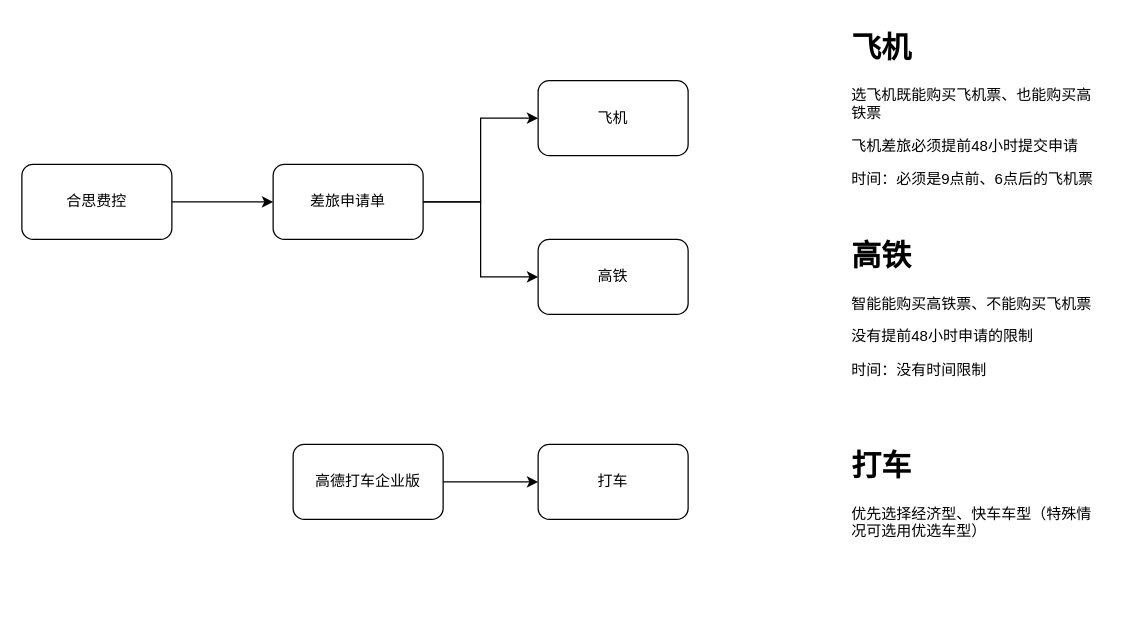
The draw.io diagram page "出差相关" (4 of 4) of 图-drawio/枫清科技/业务知识.drawio in minedegithubhao/canbe-blog, before the edit. Source tidied: cells renumbered, new cells numbered last; positions are measured from the earlier drawing's top-left corner, leaving out a move shared by most shapes. Both pictures are drawn from the tidied source at 125%, with x=0, y=0 at pixel (21, 21).
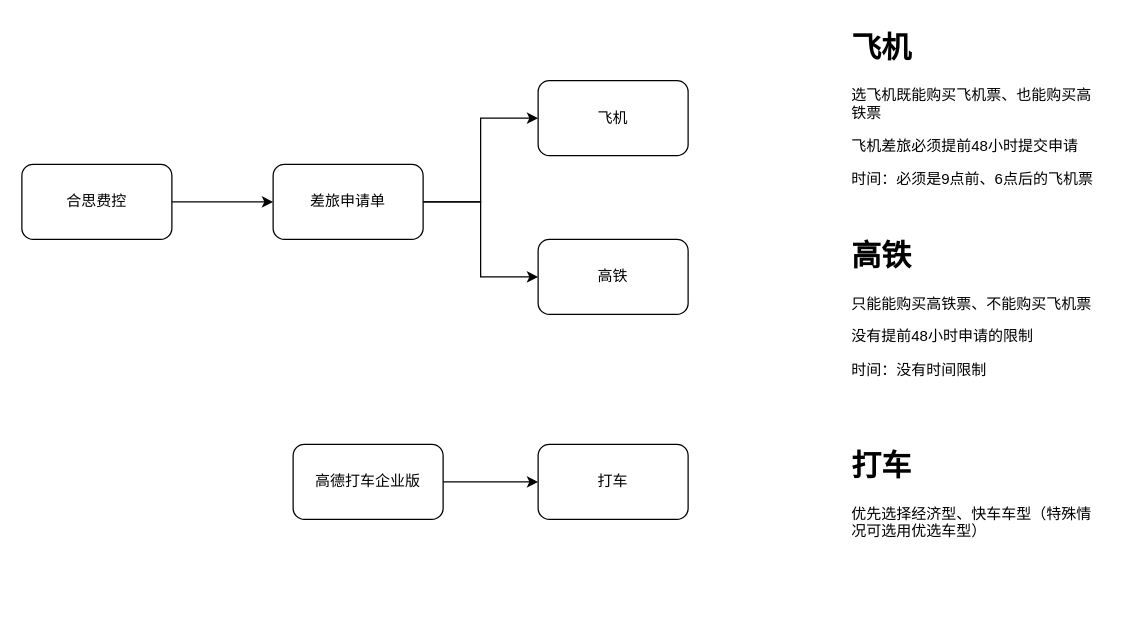
Above is the later version.

Diff of the diagram source:
```diff
@@
 <mxGraphModel>
   <root>
     <mxCell id="0" />
     <mxCell id="1" parent="0" />
     <mxCell id="2" style="edgeStyle=orthogonalEdgeStyle;rounded=0;jettySize=auto;html=1;exitX=1;exitY=0.5;exitDx=0;exitDy=0;entryX=0;entryY=0.5;entryDx=0;entryDy=0;" parent="1" edge="1" source="4" target="5">
       <mxGeometry relative="1" as="geometry" />
     </mxCell>
     <mxCell id="3" style="edgeStyle=orthogonalEdgeStyle;rounded=0;jettySize=auto;html=1;exitX=1;exitY=0.5;exitDx=0;exitDy=0;entryX=0;entryY=0.5;entryDx=0;entryDy=0;" parent="1" edge="1" source="4" target="6">
       <mxGeometry relative="1" as="geometry" />
     </mxCell>
     <mxCell id="4" value="差旅申请单" style="rounded=1;whiteSpace=wrap;html=1;" parent="1" vertex="1">
       <mxGeometry x="201" y="114" width="120" height="60" as="geometry" />
     </mxCell>
     <mxCell id="5" value="飞机" style="rounded=1;whiteSpace=wrap;html=1;" parent="1" vertex="1">
       <mxGeometry x="413" y="47" width="120" height="60" as="geometry" />
     </mxCell>
     <mxCell id="6" value="高铁" style="rounded=1;whiteSpace=wrap;html=1;" parent="1" vertex="1">
       <mxGeometry x="413" y="174" width="120" height="60" as="geometry" />
     </mxCell>
     <mxCell id="7" value="&lt;h1 style=&quot;margin-top: 0px;&quot;&gt;飞机&lt;/h1&gt;&lt;p&gt;选飞机既能购买飞机票、也能购买高铁票&lt;/p&gt;&lt;p&gt;飞机差旅必须提前48小时提交申请&lt;/p&gt;&lt;p&gt;时间：必须是9点前、6点后的飞机票&lt;/p&gt;" style="text;html=1;whiteSpace=wrap;overflow=hidden;rounded=0;" parent="1" vertex="1">
       <mxGeometry x="662" width="199" height="143" as="geometry" />
     </mxCell>
-    <mxCell id="8" value="&lt;h1 style=&quot;margin-top: 0px;&quot;&gt;高铁&lt;/h1&gt;&lt;p&gt;智能能购买高铁票、不能购买飞机票&lt;/p&gt;&lt;p&gt;没有提前48小时申请的限制&lt;/p&gt;&lt;p&gt;时间：没有时间限制&lt;/p&gt;" style="text;html=1;whiteSpace=wrap;overflow=hidden;rounded=0;" parent="1" vertex="1">
+    <mxCell id="8" value="&lt;h1 style=&quot;margin-top: 0px;&quot;&gt;高铁&lt;/h1&gt;&lt;p&gt;只能能购买高铁票、不能购买飞机票&lt;/p&gt;&lt;p&gt;没有提前48小时申请的限制&lt;/p&gt;&lt;p&gt;时间：没有时间限制&lt;/p&gt;" style="text;html=1;whiteSpace=wrap;overflow=hidden;rounded=0;" parent="1" vertex="1">
       <mxGeometry x="662" y="167" width="203" height="140" as="geometry" />
     </mxCell>
     <mxCell id="9" value="打车" style="rounded=1;whiteSpace=wrap;html=1;" parent="1" vertex="1">
       <mxGeometry x="413" y="338" width="120" height="60" as="geometry" />
     </mxCell>
     <mxCell id="10" style="edgeStyle=orthogonalEdgeStyle;rounded=0;jettySize=auto;html=1;exitX=1;exitY=0.5;exitDx=0;exitDy=0;entryX=0;entryY=0.5;entryDx=0;entryDy=0;" parent="1" edge="1" source="11" target="9">
       <mxGeometry relative="1" as="geometry" />
     </mxCell>
     <mxCell id="11" value="高德打车企业版" style="rounded=1;whiteSpace=wrap;html=1;" parent="1" vertex="1">
       <mxGeometry x="217" y="338" width="120" height="60" as="geometry" />
     </mxCell>
     <mxCell id="12" style="edgeStyle=orthogonalEdgeStyle;rounded=0;jettySize=auto;html=1;exitX=1;exitY=0.5;exitDx=0;exitDy=0;entryX=0;entryY=0.5;entryDx=0;entryDy=0;" parent="1" edge="1" source="13" target="4">
       <mxGeometry relative="1" as="geometry" />
     </mxCell>
     <mxCell id="13" value="合思费控" style="rounded=1;whiteSpace=wrap;html=1;" parent="1" vertex="1">
       <mxGeometry y="114" width="120" height="60" as="geometry" />
     </mxCell>
     <mxCell id="14" value="&lt;h1 style=&quot;margin-top: 0px;&quot;&gt;打车&lt;/h1&gt;&lt;p&gt;&lt;span style=&quot;white-space-collapse: preserve; background-color: transparent; color: light-dark(rgb(0, 0, 0), rgb(255, 255, 255));&quot;&gt;优先选择经济型、快车车型（特殊情况可选用优选车型）&lt;/span&gt;&lt;/p&gt;" style="text;html=1;whiteSpace=wrap;overflow=hidden;rounded=0;" parent="1" vertex="1">
       <mxGeometry x="662" y="335" width="203" height="140" as="geometry" />
     </mxCell>
   </root>
 </mxGraphModel>
```
